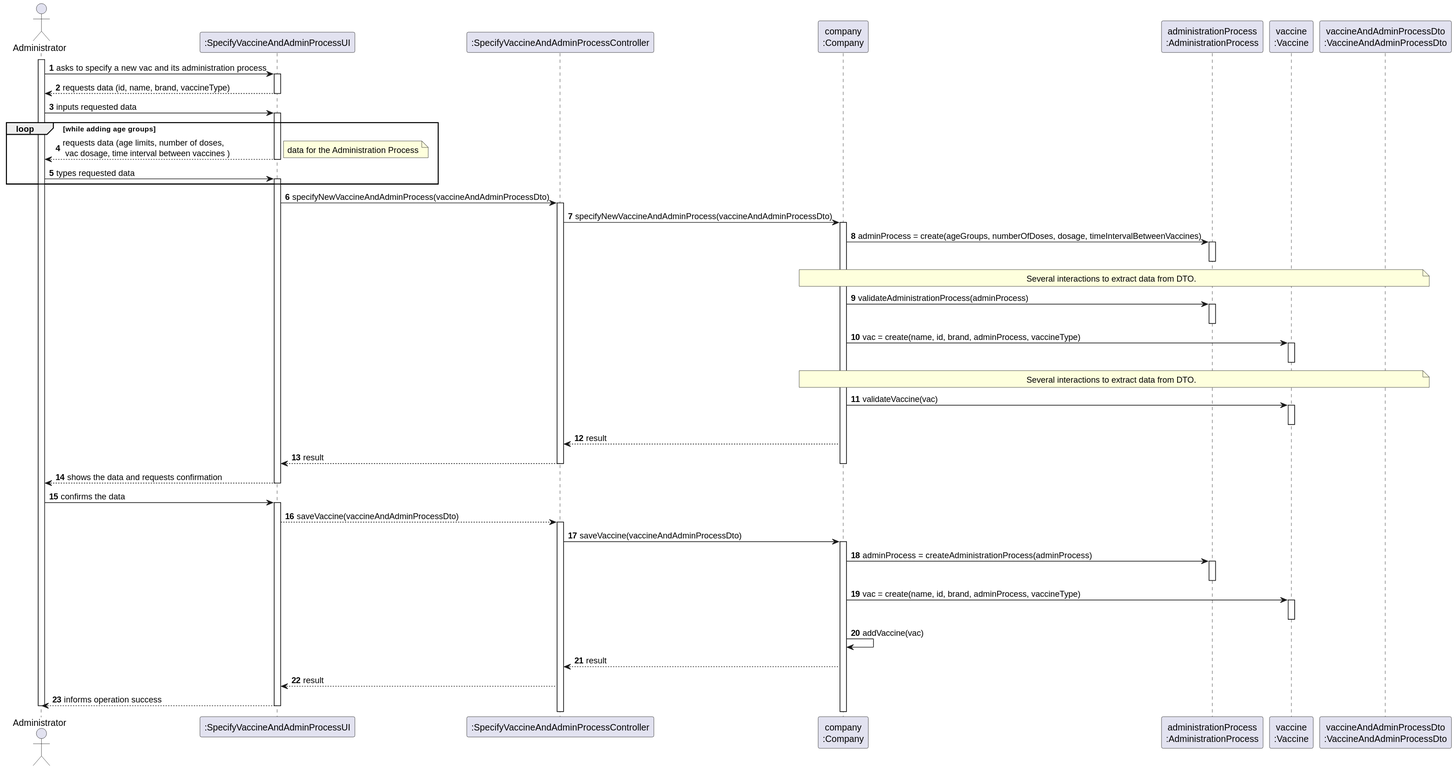
Earlier version of the PlantUML export docs/SprintB/US013/US013_SD.svg (Pirussa/lei-22-s2-1da-g02).
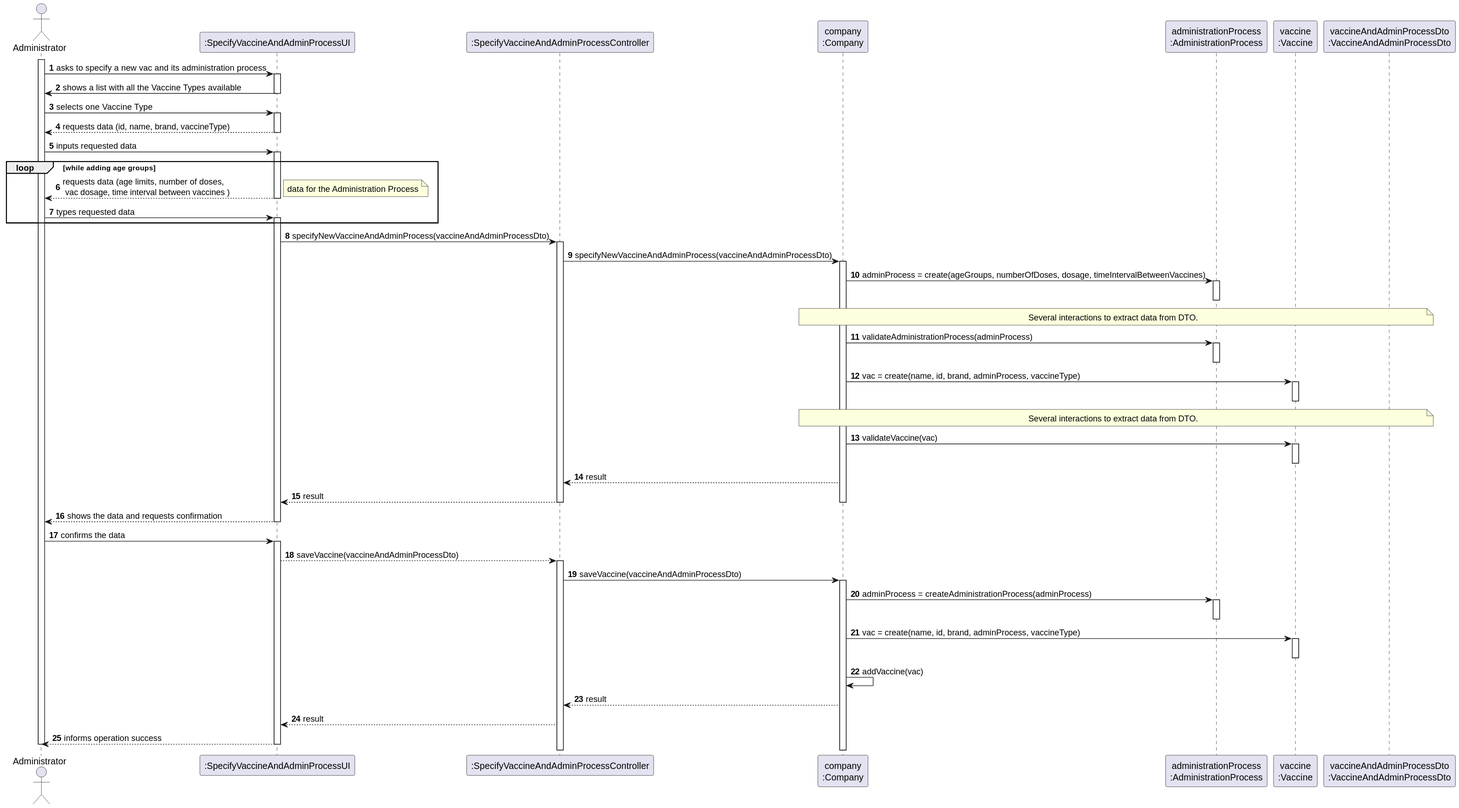
The same diagram one commit later.

The edit, as a diff of the source:
```diff
@@ -13,6 +13,16 @@
 
 activate A
 A -> UI :asks to specify a new vac and its administration process
+
+activate UI
+UI-> A : shows a list with all the Vaccine Types available
+deactivate UI
+
+
+A-> UI : selects one Vaccine Type
+
+
+
 activate UI
 UI --> A : requests data (id, name, brand, vaccineType)
 deactivate UI
```
